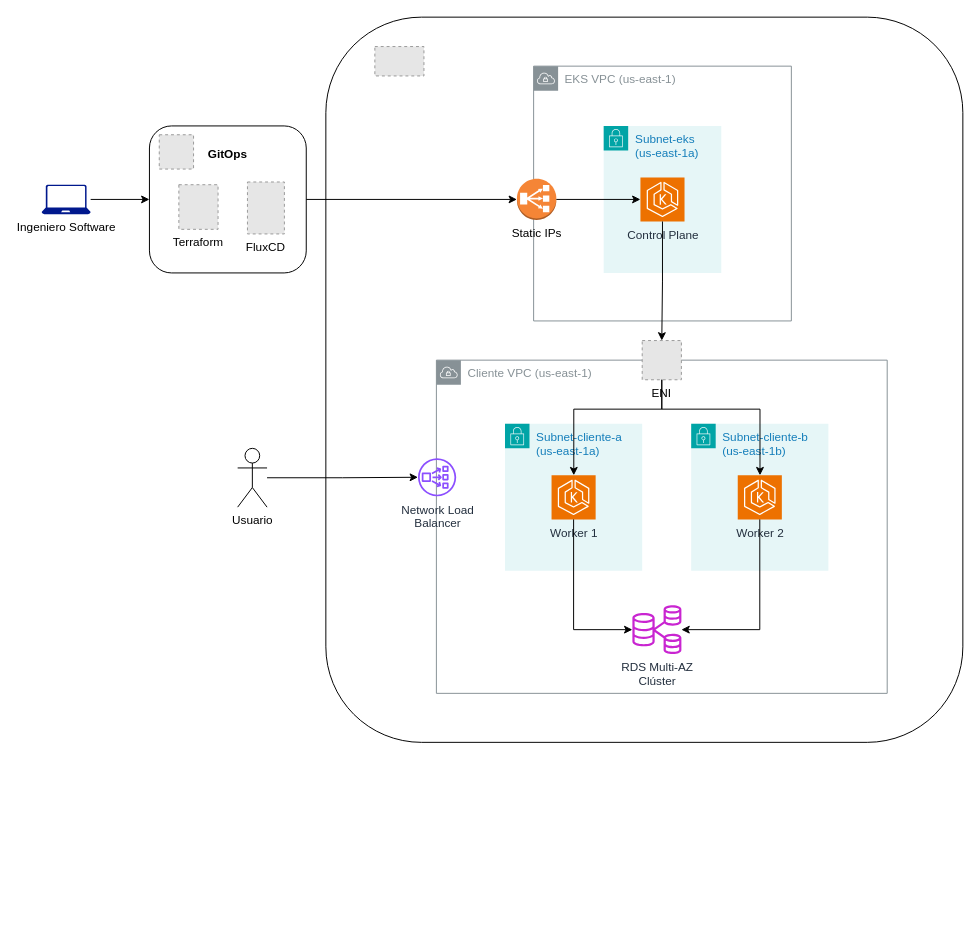
Above: page "Arq-soluciones-cloud" (1 of 2) of assets/esquemas.drawio in lima-demos-days/CloudManager (draw.io), before the change. Source tidied: cells renumbered, new cells numbered last; positions are measured from the earlier drawing's top-left corner, leaving out a move shared by most shapes. Both pictures are drawn from the tidied source at 98%, with x=0, y=0 at pixel (41, 17). Pictures stored in the file or linked from it are replaced by grey dashed boxes.
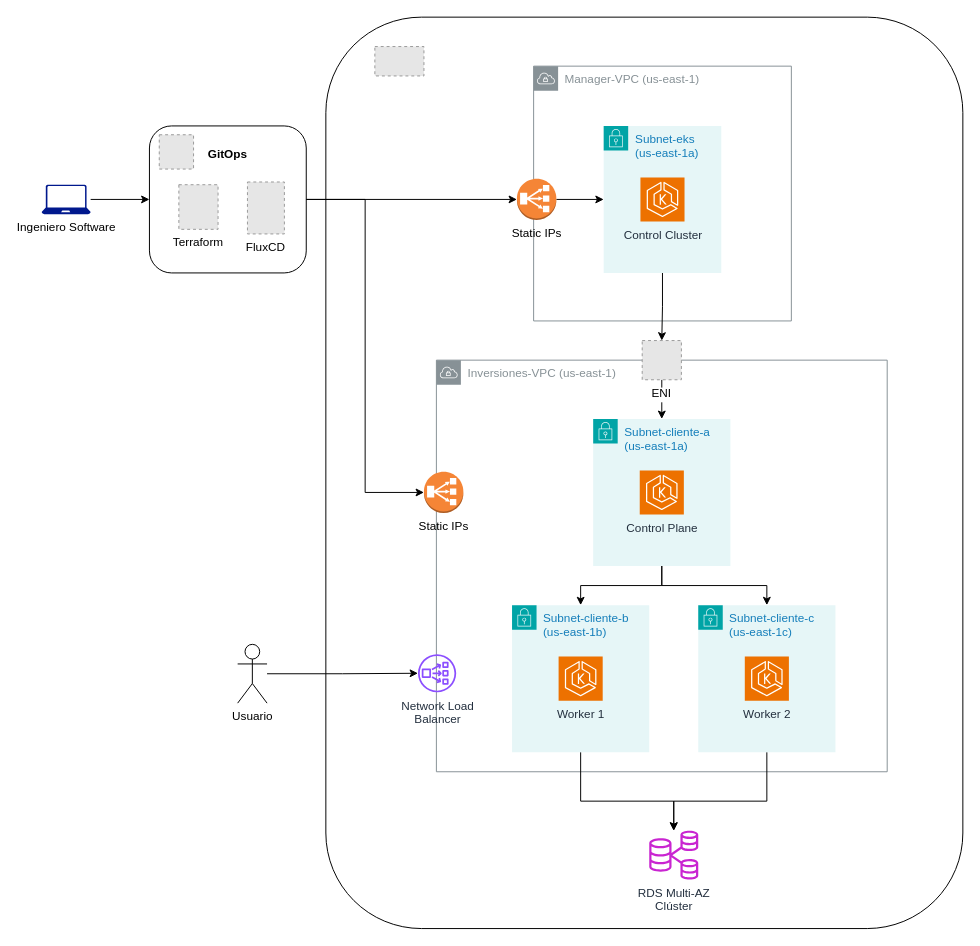
The same page after the edit.

The change refers to these unchanged cells:
```xml
<mxCell id="28" style="rounded=1;whiteSpace=wrap;html=1;verticalAlign=top;fontStyle=1;strokeColor=#000000;" parent="1" vertex="1">
  <mxGeometry x="110" y="111" width="160" height="150" as="geometry" />
</mxCell>
```

Diff of the diagram source:
```diff
@@
     <mxCell id="4" style="rounded=1;whiteSpace=wrap;html=1;" parent="1" vertex="1">
-      <mxGeometry x="290" width="650" height="740" as="geometry" />
+      <mxGeometry x="290" width="650" height="930" as="geometry" />
     </mxCell>
@@
     <mxCell id="7" value="Usuario" style="shape=umlActor;verticalLabelPosition=bottom;verticalAlign=top;html=1;outlineConnect=0;" parent="1" vertex="1">
-      <mxGeometry x="200" y="440" width="30" height="60" as="geometry" />
+      <mxGeometry x="200" y="640" width="30" height="60" as="geometry" />
     </mxCell>
-    <mxCell id="8" style="group;" parent="1" vertex="1">
-      <mxGeometry x="384" y="330" width="478.8" height="360" as="geometry" />
-    </mxCell>
-    <mxCell id="9" value="Cliente VPC (us-east-1)" style="sketch=0;gradientColor=none;html=1;whiteSpace=wrap;fontSize=12;fontStyle=0;shape=mxgraph.aws4.group;grIcon=mxgraph.aws4.group_vpc;strokeColor=#879196;fillColor=none;verticalAlign=top;align=left;spacingLeft=30;fontColor=#879196;dashed=0;" parent="8" vertex="1">
-      <mxGeometry x="18.8" y="20" width="460" height="340" as="geometry" />
-    </mxCell>
-    <mxCell id="10" value="Network Load&lt;div&gt;Balancer&lt;/div&gt;" style="sketch=0;outlineConnect=0;fontColor=#232F3E;gradientColor=none;fillColor=#8C4FFF;strokeColor=none;dashed=0;verticalLabelPosition=bottom;verticalAlign=top;align=center;html=1;fontSize=12;fontStyle=0;shape=mxgraph.aws4.network_load_balancer;" parent="8" vertex="1">
-      <mxGeometry y="120" width="39" height="39" as="geometry" />
-    </mxCell>
-    <mxCell id="11" value="ENI" style="fillColor=#E6E6E6;strokeColor=#999999;dashed=1;verticalLabelPosition=bottom;labelBackgroundColor=default;verticalAlign=top;" parent="8" vertex="1">
-      <mxGeometry x="228.8" width="40" height="40" as="geometry" />
-    </mxCell>
-    <mxCell id="12" value="Subnet-cliente-a&amp;nbsp;&lt;div&gt;(us-east-1a)&lt;/div&gt;" style="points=[[0,0],[0.25,0],[0.5,0],[0.75,0],[1,0],[1,0.25],[1,0.5],[1,0.75],[1,1],[0.75,1],[0.5,1],[0.25,1],[0,1],[0,0.75],[0,0.5],[0,0.25]];outlineConnect=0;gradientColor=none;html=1;whiteSpace=wrap;fontSize=12;fontStyle=0;shape=mxgraph.aws4.group;grIcon=mxgraph.aws4.group_security_group;grStroke=0;strokeColor=#00A4A6;fillColor=#E6F6F7;verticalAlign=top;align=left;spacingLeft=30;fontColor=#147EBA;dashed=0;" parent="8" vertex="1">
-      <mxGeometry x="88.8" y="85" width="140" height="150" as="geometry" />
-    </mxCell>
-    <mxCell id="13" value="Worker 1" style="sketch=0;points=[[0,0,0],[0.25,0,0],[0.5,0,0],[0.75,0,0],[1,0,0],[0,1,0],[0.25,1,0],[0.5,1,0],[0.75,1,0],[1,1,0],[0,0.25,0],[0,0.5,0],[0,0.75,0],[1,0.25,0],[1,0.5,0],[1,0.75,0]];outlineConnect=0;fontColor=#232F3E;fillColor=#ED7100;strokeColor=#ffffff;dashed=0;verticalLabelPosition=bottom;verticalAlign=top;align=center;html=1;fontSize=12;fontStyle=0;shape=mxgraph.aws4.resourceIcon;resIcon=mxgraph.aws4.eks;" parent="12" vertex="1">
-      <mxGeometry x="47.5" y="52.5" width="45" height="45" as="geometry" />
-    </mxCell>
-    <mxCell id="14" value="Subnet-cliente-b&amp;nbsp;&lt;div&gt;(us-east-1b)&lt;/div&gt;" style="points=[[0,0],[0.25,0],[0.5,0],[0.75,0],[1,0],[1,0.25],[1,0.5],[1,0.75],[1,1],[0.75,1],[0.5,1],[0.25,1],[0,1],[0,0.75],[0,0.5],[0,0.25]];outlineConnect=0;gradientColor=none;html=1;whiteSpace=wrap;fontSize=12;fontStyle=0;shape=mxgraph.aws4.group;grIcon=mxgraph.aws4.group_security_group;grStroke=0;strokeColor=#00A4A6;fillColor=#E6F6F7;verticalAlign=top;align=left;spacingLeft=30;fontColor=#147EBA;dashed=0;" parent="8" vertex="1">
-      <mxGeometry x="278.8" y="85" width="140" height="150" as="geometry" />
-    </mxCell>
-    <mxCell id="15" value="Worker 2" style="sketch=0;points=[[0,0,0],[0.25,0,0],[0.5,0,0],[0.75,0,0],[1,0,0],[0,1,0],[0.25,1,0],[0.5,1,0],[0.75,1,0],[1,1,0],[0,0.25,0],[0,0.5,0],[0,0.75,0],[1,0.25,0],[1,0.5,0],[1,0.75,0]];outlineConnect=0;fontColor=#232F3E;fillColor=#ED7100;strokeColor=#ffffff;dashed=0;verticalLabelPosition=bottom;verticalAlign=top;align=center;html=1;fontSize=12;fontStyle=0;shape=mxgraph.aws4.resourceIcon;resIcon=mxgraph.aws4.eks;" parent="14" vertex="1">
-      <mxGeometry x="47.5" y="52.5" width="45" height="45" as="geometry" />
-    </mxCell>
-    <mxCell id="16" style="edgeStyle=orthogonalEdgeStyle;rounded=0;jettySize=auto;html=1;" parent="8" edge="1" source="11" target="13">
-      <mxGeometry relative="1" as="geometry">
-        <Array as="points">
-          <mxPoint x="249" y="70" />
-          <mxPoint x="159" y="70" />
-        </Array>
-      </mxGeometry>
-    </mxCell>
-    <mxCell id="17" style="edgeStyle=orthogonalEdgeStyle;rounded=0;jettySize=auto;html=1;" parent="8" edge="1" source="11" target="15">
-      <mxGeometry relative="1" as="geometry">
-        <Array as="points">
-          <mxPoint x="249" y="70" />
-          <mxPoint x="349" y="70" />
-        </Array>
-      </mxGeometry>
-    </mxCell>
-    <mxCell id="18" value="RDS Multi-AZ&lt;div&gt;Clúster&lt;/div&gt;" style="sketch=0;outlineConnect=0;fontColor=#232F3E;gradientColor=none;fillColor=#C925D1;strokeColor=none;dashed=0;verticalLabelPosition=bottom;verticalAlign=top;align=center;html=1;fontSize=12;fontStyle=0;shape=mxgraph.aws4.rds_multi_az_db_cluster;" parent="8" vertex="1">
-      <mxGeometry x="218.8" y="270" width="50" height="50" as="geometry" />
-    </mxCell>
-    <mxCell id="19" style="edgeStyle=orthogonalEdgeStyle;rounded=0;jettySize=auto;html=1;" parent="8" edge="1" source="13" target="18">
-      <mxGeometry relative="1" as="geometry">
-        <Array as="points">
-          <mxPoint x="159" y="295" />
-        </Array>
-      </mxGeometry>
-    </mxCell>
-    <mxCell id="20" style="edgeStyle=orthogonalEdgeStyle;rounded=0;jettySize=auto;html=1;" parent="8" edge="1" source="15" target="18">
-      <mxGeometry relative="1" as="geometry">
-        <Array as="points">
-          <mxPoint x="349" y="295" />
-        </Array>
-      </mxGeometry>
-    </mxCell>
-    <mxCell id="21" style="group;" parent="1" vertex="1">
-      <mxGeometry x="485" y="50" width="280" height="260" as="geometry" />
-    </mxCell>
-    <mxCell id="22" value="EKS VPC (us-east-1)" style="sketch=0;gradientColor=none;html=1;whiteSpace=wrap;fontSize=12;fontStyle=0;shape=mxgraph.aws4.group;grIcon=mxgraph.aws4.group_vpc;strokeColor=#879196;fillColor=none;verticalAlign=top;align=left;spacingLeft=30;fontColor=#879196;dashed=0;" parent="21" vertex="1">
-      <mxGeometry x="17" width="263" height="260" as="geometry" />
-    </mxCell>
-    <mxCell id="23" value="Subnet-eks&amp;nbsp;&lt;div&gt;(us-east-1a)&lt;/div&gt;" style="points=[[0,0],[0.25,0],[0.5,0],[0.75,0],[1,0],[1,0.25],[1,0.5],[1,0.75],[1,1],[0.75,1],[0.5,1],[0.25,1],[0,1],[0,0.75],[0,0.5],[0,0.25]];outlineConnect=0;gradientColor=none;html=1;whiteSpace=wrap;fontSize=12;fontStyle=0;shape=mxgraph.aws4.group;grIcon=mxgraph.aws4.group_security_group;grStroke=0;strokeColor=#00A4A6;fillColor=#E6F6F7;verticalAlign=top;align=left;spacingLeft=30;fontColor=#147EBA;dashed=0;" parent="21" vertex="1">
-      <mxGeometry x="88.5" y="61" width="120" height="150" as="geometry" />
-    </mxCell>
-    <mxCell id="24" value="Control Plane" style="sketch=0;points=[[0,0,0],[0.25,0,0],[0.5,0,0],[0.75,0,0],[1,0,0],[0,1,0],[0.25,1,0],[0.5,1,0],[0.75,1,0],[1,1,0],[0,0.25,0],[0,0.5,0],[0,0.75,0],[1,0.25,0],[1,0.5,0],[1,0.75,0]];outlineConnect=0;fontColor=#232F3E;fillColor=#ED7100;strokeColor=#ffffff;dashed=0;verticalLabelPosition=bottom;verticalAlign=top;align=center;html=1;fontSize=12;fontStyle=0;shape=mxgraph.aws4.resourceIcon;resIcon=mxgraph.aws4.eks;" parent="23" vertex="1">
-      <mxGeometry x="37.5" y="52.5" width="45" height="45" as="geometry" />
-    </mxCell>
-    <mxCell id="25" value="Static IPs" style="outlineConnect=0;dashed=0;verticalLabelPosition=bottom;verticalAlign=top;align=center;html=1;shape=mxgraph.aws3.classic_load_balancer;fillColor=#F58536;gradientColor=none;" parent="21" vertex="1">
-      <mxGeometry y="115" width="40.2" height="42" as="geometry" />
-    </mxCell>
-    <mxCell id="26" style="edgeStyle=orthogonalEdgeStyle;rounded=0;jettySize=auto;html=1;entryX=0;entryY=0.5;entryDx=0;entryDy=0;entryPerimeter=0;" parent="21" edge="1" source="25" target="24">
-      <mxGeometry relative="1" as="geometry" />
-    </mxCell>
-    <mxCell id="27" style="edgeStyle=orthogonalEdgeStyle;rounded=0;jettySize=auto;html=1;" parent="21" edge="1" source="24" target="11">
-      <mxGeometry relative="1" as="geometry" />
-    </mxCell>
@@
+    <mxCell id="9" value="Inversiones-VPC (us-east-1)" style="sketch=0;gradientColor=none;html=1;whiteSpace=wrap;fontSize=12;fontStyle=0;shape=mxgraph.aws4.group;grIcon=mxgraph.aws4.group_vpc;strokeColor=#879196;fillColor=none;verticalAlign=top;align=left;spacingLeft=30;fontColor=#879196;dashed=0;" parent="1" vertex="1">
+      <mxGeometry x="402.8" y="350" width="460" height="420" as="geometry" />
+    </mxCell>
+    <mxCell id="10" value="Network Load&lt;div&gt;Balancer&lt;/div&gt;" style="sketch=0;outlineConnect=0;fontColor=#232F3E;gradientColor=none;fillColor=#8C4FFF;strokeColor=none;dashed=0;verticalLabelPosition=bottom;verticalAlign=top;align=center;html=1;fontSize=12;fontStyle=0;shape=mxgraph.aws4.network_load_balancer;" parent="1" vertex="1">
+      <mxGeometry x="384" y="650" width="39" height="39" as="geometry" />
+    </mxCell>
+    <mxCell id="34" style="edgeStyle=orthogonalEdgeStyle;rounded=0;jettySize=auto;html=1;entryX=0.5;entryY=0;entryDx=0;entryDy=0;" parent="1" edge="1" source="11" target="37">
+      <mxGeometry relative="1" as="geometry" />
+    </mxCell>
+    <mxCell id="11" value="ENI" style="fillColor=#E6E6E6;strokeColor=#999999;dashed=1;verticalLabelPosition=bottom;labelBackgroundColor=default;verticalAlign=top;" parent="1" vertex="1">
+      <mxGeometry x="612.8" y="330" width="40" height="40" as="geometry" />
+    </mxCell>
+    <mxCell id="35" style="edgeStyle=orthogonalEdgeStyle;rounded=0;jettySize=auto;html=1;entryX=0.5;entryY=0;entryDx=0;entryDy=0;" parent="1" edge="1" source="37" target="12">
+      <mxGeometry relative="1" as="geometry" />
+    </mxCell>
+    <mxCell id="36" style="edgeStyle=orthogonalEdgeStyle;rounded=0;jettySize=auto;html=1;" parent="1" edge="1" source="37" target="14">
+      <mxGeometry relative="1" as="geometry">
+        <Array as="points">
+          <mxPoint x="633" y="580" />
+          <mxPoint x="740" y="580" />
+        </Array>
+      </mxGeometry>
+    </mxCell>
+    <mxCell id="37" value="Subnet-cliente-a&amp;nbsp;&lt;div&gt;(us-east-1a)&lt;/div&gt;" style="points=[[0,0],[0.25,0],[0.5,0],[0.75,0],[1,0],[1,0.25],[1,0.5],[1,0.75],[1,1],[0.75,1],[0.5,1],[0.25,1],[0,1],[0,0.75],[0,0.5],[0,0.25]];outlineConnect=0;gradientColor=none;html=1;whiteSpace=wrap;fontSize=12;fontStyle=0;shape=mxgraph.aws4.group;grIcon=mxgraph.aws4.group_security_group;grStroke=0;strokeColor=#00A4A6;fillColor=#E6F6F7;verticalAlign=top;align=left;spacingLeft=30;fontColor=#147EBA;dashed=0;" parent="1" vertex="1">
+      <mxGeometry x="562.8" y="410" width="140" height="150" as="geometry" />
+    </mxCell>
+    <mxCell id="38" value="Control Plane" style="sketch=0;fontColor=#232F3E;fillColor=#ED7100;strokeColor=#ffffff;dashed=0;verticalLabelPosition=bottom;verticalAlign=top;align=center;html=1;fontSize=12;fontStyle=0;shape=mxgraph.aws4.resourceIcon;resIcon=mxgraph.aws4.eks;" parent="37" vertex="1">
+      <mxGeometry x="47.5" y="52.5" width="45" height="45" as="geometry" />
+    </mxCell>
+    <mxCell id="39" value="Static IPs" style="outlineConnect=0;dashed=0;verticalLabelPosition=bottom;verticalAlign=top;align=center;html=1;shape=mxgraph.aws3.classic_load_balancer;fillColor=#F58536;gradientColor=none;" parent="1" vertex="1">
+      <mxGeometry x="390.1" y="464" width="40.2" height="42" as="geometry" />
+    </mxCell>
+    <mxCell id="40" style="edgeStyle=orthogonalEdgeStyle;rounded=0;jettySize=auto;html=1;" parent="1" edge="1" source="12" target="18">
+      <mxGeometry relative="1" as="geometry">
+        <Array as="points">
+          <mxPoint x="550" y="800" />
+          <mxPoint x="645" y="800" />
+        </Array>
+      </mxGeometry>
+    </mxCell>
+    <mxCell id="12" value="Subnet-cliente-b&amp;nbsp;&lt;div&gt;(us-east-1b)&lt;/div&gt;" style="points=[[0,0],[0.25,0],[0.5,0],[0.75,0],[1,0],[1,0.25],[1,0.5],[1,0.75],[1,1],[0.75,1],[0.5,1],[0.25,1],[0,1],[0,0.75],[0,0.5],[0,0.25]];outlineConnect=0;gradientColor=none;html=1;whiteSpace=wrap;fontSize=12;fontStyle=0;shape=mxgraph.aws4.group;grIcon=mxgraph.aws4.group_security_group;grStroke=0;strokeColor=#00A4A6;fillColor=#E6F6F7;verticalAlign=top;align=left;spacingLeft=30;fontColor=#147EBA;dashed=0;" parent="1" vertex="1">
+      <mxGeometry x="480" y="600" width="140" height="150" as="geometry" />
+    </mxCell>
+    <mxCell id="13" value="Worker 1" style="sketch=0;points=[[0,0,0],[0.25,0,0],[0.5,0,0],[0.75,0,0],[1,0,0],[0,1,0],[0.25,1,0],[0.5,1,0],[0.75,1,0],[1,1,0],[0,0.25,0],[0,0.5,0],[0,0.75,0],[1,0.25,0],[1,0.5,0],[1,0.75,0]];outlineConnect=0;fontColor=#232F3E;fillColor=#ED7100;strokeColor=#ffffff;dashed=0;verticalLabelPosition=bottom;verticalAlign=top;align=center;html=1;fontSize=12;fontStyle=0;shape=mxgraph.aws4.resourceIcon;resIcon=mxgraph.aws4.eks;" parent="12" vertex="1">
+      <mxGeometry x="47.5" y="52.5" width="45" height="45" as="geometry" />
+    </mxCell>
+    <mxCell id="41" style="edgeStyle=orthogonalEdgeStyle;rounded=0;jettySize=auto;html=1;" parent="1" edge="1" source="14" target="18">
+      <mxGeometry relative="1" as="geometry">
+        <Array as="points">
+          <mxPoint x="740" y="800" />
+          <mxPoint x="645" y="800" />
+        </Array>
+      </mxGeometry>
+    </mxCell>
+    <mxCell id="14" value="Subnet-cliente-c&amp;nbsp;&lt;div&gt;(us-east-1c)&lt;/div&gt;" style="points=[[0,0],[0.25,0],[0.5,0],[0.75,0],[1,0],[1,0.25],[1,0.5],[1,0.75],[1,1],[0.75,1],[0.5,1],[0.25,1],[0,1],[0,0.75],[0,0.5],[0,0.25]];outlineConnect=0;gradientColor=none;html=1;whiteSpace=wrap;fontSize=12;fontStyle=0;shape=mxgraph.aws4.group;grIcon=mxgraph.aws4.group_security_group;grStroke=0;strokeColor=#00A4A6;fillColor=#E6F6F7;verticalAlign=top;align=left;spacingLeft=30;fontColor=#147EBA;dashed=0;" parent="1" vertex="1">
+      <mxGeometry x="670" y="600" width="140" height="150" as="geometry" />
+    </mxCell>
+    <mxCell id="15" value="Worker 2" style="sketch=0;points=[[0,0,0],[0.25,0,0],[0.5,0,0],[0.75,0,0],[1,0,0],[0,1,0],[0.25,1,0],[0.5,1,0],[0.75,1,0],[1,1,0],[0,0.25,0],[0,0.5,0],[0,0.75,0],[1,0.25,0],[1,0.5,0],[1,0.75,0]];outlineConnect=0;fontColor=#232F3E;fillColor=#ED7100;strokeColor=#ffffff;dashed=0;verticalLabelPosition=bottom;verticalAlign=top;align=center;html=1;fontSize=12;fontStyle=0;shape=mxgraph.aws4.resourceIcon;resIcon=mxgraph.aws4.eks;" parent="14" vertex="1">
+      <mxGeometry x="47.5" y="52.5" width="45" height="45" as="geometry" />
+    </mxCell>
+    <mxCell id="18" value="RDS Multi-AZ&lt;div&gt;Clúster&lt;/div&gt;" style="sketch=0;outlineConnect=0;fontColor=#232F3E;gradientColor=none;fillColor=#C925D1;strokeColor=none;dashed=0;verticalLabelPosition=bottom;verticalAlign=top;align=center;html=1;fontSize=12;fontStyle=0;shape=mxgraph.aws4.rds_multi_az_db_cluster;" parent="1" vertex="1">
+      <mxGeometry x="620" y="830" width="50" height="50" as="geometry" />
+    </mxCell>
+    <mxCell id="22" value="Manager-VPC (us-east-1)" style="sketch=0;gradientColor=none;html=1;whiteSpace=wrap;fontSize=12;fontStyle=0;shape=mxgraph.aws4.group;grIcon=mxgraph.aws4.group_vpc;strokeColor=#879196;fillColor=none;verticalAlign=top;align=left;spacingLeft=30;fontColor=#879196;dashed=0;" parent="1" vertex="1">
+      <mxGeometry x="502" y="50" width="263" height="260" as="geometry" />
+    </mxCell>
+    <mxCell id="42" style="edgeStyle=orthogonalEdgeStyle;rounded=0;jettySize=auto;html=1;" parent="1" edge="1" source="25" target="23">
+      <mxGeometry relative="1" as="geometry" />
+    </mxCell>
+    <mxCell id="25" value="Static IPs" style="outlineConnect=0;dashed=0;verticalLabelPosition=bottom;verticalAlign=top;align=center;html=1;shape=mxgraph.aws3.classic_load_balancer;fillColor=#F58536;gradientColor=none;" parent="1" vertex="1">
+      <mxGeometry x="485" y="165" width="40.2" height="42" as="geometry" />
+    </mxCell>
+    <mxCell id="43" style="edgeStyle=orthogonalEdgeStyle;rounded=0;jettySize=auto;html=1;entryX=0.5;entryY=0;entryDx=0;entryDy=0;" parent="1" edge="1" source="23" target="11">
+      <mxGeometry relative="1" as="geometry" />
+    </mxCell>
+    <mxCell id="23" value="Subnet-eks&amp;nbsp;&lt;div&gt;(us-east-1a)&lt;/div&gt;" style="points=[[0,0],[0.25,0],[0.5,0],[0.75,0],[1,0],[1,0.25],[1,0.5],[1,0.75],[1,1],[0.75,1],[0.5,1],[0.25,1],[0,1],[0,0.75],[0,0.5],[0,0.25]];outlineConnect=0;gradientColor=none;html=1;whiteSpace=wrap;fontSize=12;fontStyle=0;shape=mxgraph.aws4.group;grIcon=mxgraph.aws4.group_security_group;grStroke=0;strokeColor=#00A4A6;fillColor=#E6F6F7;verticalAlign=top;align=left;spacingLeft=30;fontColor=#147EBA;dashed=0;" parent="1" vertex="1">
+      <mxGeometry x="573.5" y="111" width="120" height="150" as="geometry" />
+    </mxCell>
+    <mxCell id="24" value="Control Cluster" style="sketch=0;points=[[0,0,0],[0.25,0,0],[0.5,0,0],[0.75,0,0],[1,0,0],[0,1,0],[0.25,1,0],[0.5,1,0],[0.75,1,0],[1,1,0],[0,0.25,0],[0,0.5,0],[0,0.75,0],[1,0.25,0],[1,0.5,0],[1,0.75,0]];outlineConnect=0;fontColor=#232F3E;fillColor=#ED7100;strokeColor=#ffffff;dashed=0;verticalLabelPosition=bottom;verticalAlign=top;align=center;html=1;fontSize=12;fontStyle=0;shape=mxgraph.aws4.resourceIcon;resIcon=mxgraph.aws4.eks;" parent="23" vertex="1">
+      <mxGeometry x="37.5" y="52.5" width="45" height="45" as="geometry" />
+    </mxCell>
+    <mxCell id="44" style="edgeStyle=orthogonalEdgeStyle;rounded=0;jettySize=auto;html=1;entryX=0;entryY=0.5;entryDx=0;entryDy=0;entryPerimeter=0;" parent="1" edge="1" source="28" target="39">
+      <mxGeometry relative="1" as="geometry" />
+    </mxCell>
```
